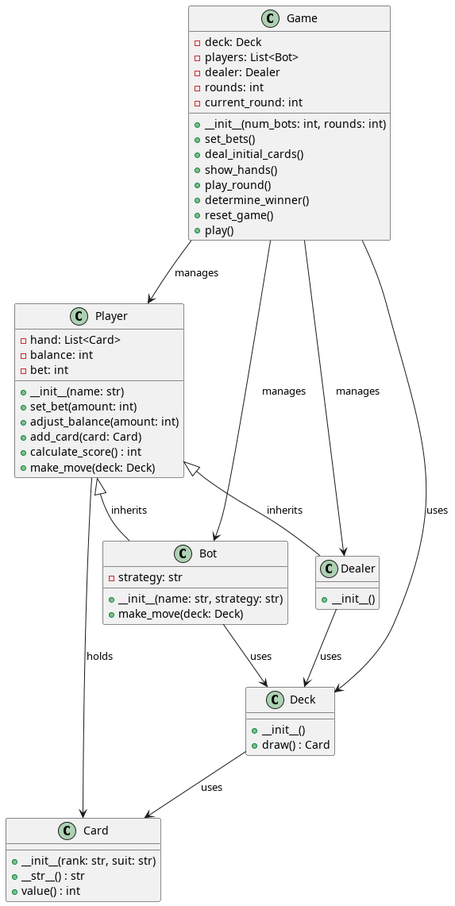
This is project/blackjack_game/UML/uml.png from grishinak/spbu-python-course, a PlantUML export, as it was before one commit.
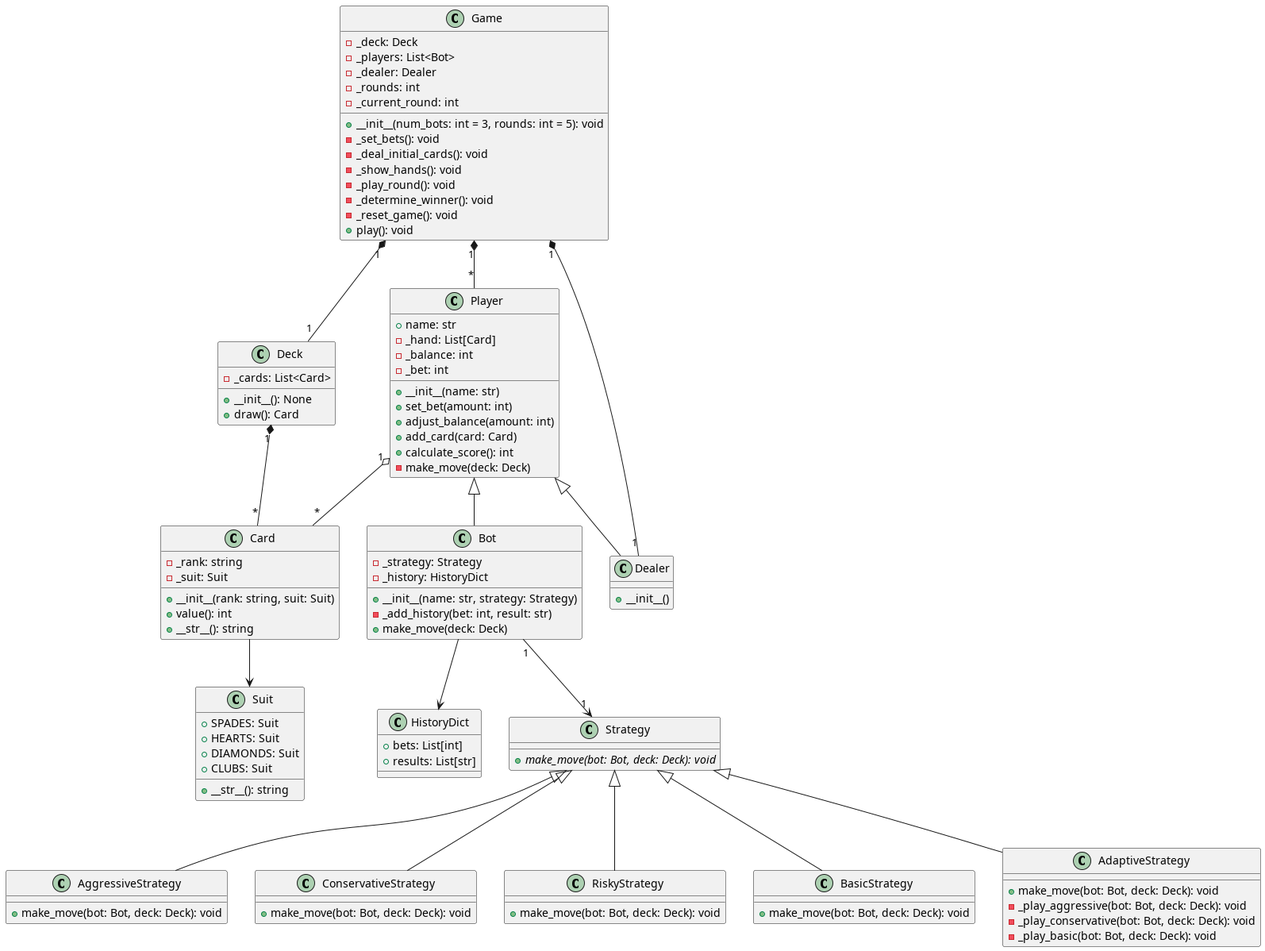
Above is the later version.

Change to the diagram source:
```diff
@@ -1,64 +1,125 @@
 @startuml
 
+class Suit {
+    +SPADES: Suit
+    +HEARTS: Suit
+    +DIAMONDS: Suit
+    +CLUBS: Suit
+    +__str__(): string
+}
+
 class Card {
-    +__init__(rank: str, suit: str)
-    +__str__() : str
-    +value() : int
+    -_rank: string
+    -_suit: Suit
+    +__init__(rank: string, suit: Suit)
+    +value(): int
+    +__str__(): string
 }
 
 class Deck {
-    +__init__()
-    +draw() : Card
+    -_cards: List<Card>
+    +__init__(): None
+    +draw(): Card
+}
+
+class Game {
+    -_deck: Deck
+    -_players: List<Bot>
+    -_dealer: Dealer
+    -_rounds: int
+    -_current_round: int
+    +__init__(num_bots: int = 3, rounds: int = 5): void
+    -_set_bets(): void
+    -_deal_initial_cards(): void
+    -_show_hands(): void
+    -_play_round(): void
+    -_determine_winner(): void
+    -_reset_game(): void
+    +play(): void
 }
 
 class Player {
-    +__init__(name: str)
-    +set_bet(amount: int)
-    +adjust_balance(amount: int)
-    +add_card(card: Card)
-    +calculate_score() : int
-    +make_move(deck: Deck)
-    -hand: List<Card>
-    -balance: int
-    -bet: int
+    + name: str
+    - _hand: List[Card]
+    - _balance: int
+    - _bet: int
+    + __init__(name: str)
+    + set_bet(amount: int)
+    + adjust_balance(amount: int)
+    + add_card(card: Card)
+    + calculate_score(): int
+    - make_move(deck: Deck)
+}
+
+class HistoryDict {
+    + bets: List[int]
+    + results: List[str]
+}
+
+class Bot {
+    - _strategy: Strategy
+    - _history: HistoryDict
+    + __init__(name: str, strategy: Strategy)
+    - _add_history(bet: int, result: str)
+    + make_move(deck: Deck)
 }
 
 class Dealer {
-    +__init__()
+    + __init__()
 }
 
-class Bot {
-    +__init__(name: str, strategy: str)
-    +make_move(deck: Deck)
-    -strategy: str
+class Strategy {
+    {abstract} +make_move(bot: Bot, deck: Deck): void
 }
 
-class Game {
-    +__init__(num_bots: int, rounds: int)
-    +set_bets()
-    +deal_initial_cards()
-    +show_hands()
-    +play_round()
-    +determine_winner()
-    +reset_game()
-    +play()
-    -deck: Deck
-    -players: List<Bot>
-    -dealer: Dealer
-    -rounds: int
-    -current_round: int
+class AggressiveStrategy {
+    +make_move(bot: Bot, deck: Deck): void
 }
 
-Player <|-- Dealer : inherits
-Player <|-- Bot : inherits
+class ConservativeStrategy {
+    +make_move(bot: Bot, deck: Deck): void
+}
 
-Game --> Deck : uses
-Game --> Player : manages
-Game --> Dealer : manages
-Game --> Bot : manages
-Bot --> Deck : uses
-Dealer --> Deck : uses
-Player --> Card : holds
-Deck --> Card : uses
+class RiskyStrategy {
+    +make_move(bot: Bot, deck: Deck): void
+}
+
+class BasicStrategy {
+    +make_move(bot: Bot, deck: Deck): void
+}
+
+class AdaptiveStrategy {
+    +make_move(bot: Bot, deck: Deck): void
+    -_play_aggressive(bot: Bot, deck: Deck): void
+    -_play_conservative(bot: Bot, deck: Deck): void
+    -_play_basic(bot: Bot, deck: Deck): void
+}
+
+
+
+
+
+
+Card --> Suit
+Deck "1" *-- "*" Card
+
+Player "1" o-- "*" Card
+
+Bot "1" --> "1" Strategy
+Bot -->  HistoryDict
+
+Game "1" *-- "1" Deck
+Game "1" *-- "*" Player
+Game "1" *-- "1" Dealer
+
+Player <|-- Dealer
+Player <|-- Bot
+
+Strategy <|-- AggressiveStrategy
+Strategy <|-- ConservativeStrategy
+Strategy <|-- RiskyStrategy
+Strategy <|-- BasicStrategy
+Strategy <|-- AdaptiveStrategy
+
 
 @enduml
```
